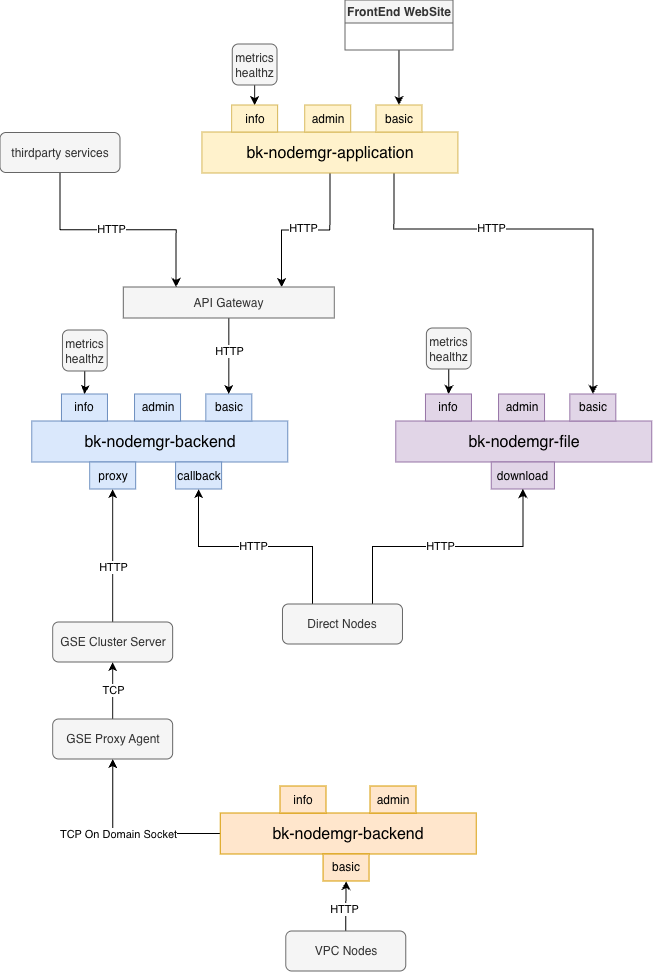
This is docs/img/services.png from TencentBlueKing/bk-nodemgr, a draw.io export, as it was before one commit. Source tidied: cells renumbered, new cells last; positions are measured from the earlier drawing's top-left corner, leaving out a move shared by most shapes. Its diagram source:
```xml
<mxGraphModel>
  <root>
    <mxCell id="0" />
    <mxCell id="1" parent="0" />
    <mxCell id="2" style="edgeStyle=orthogonalEdgeStyle;rounded=0;jettySize=auto;html=1;exitX=0.5;exitY=1;exitDx=0;exitDy=0;entryX=0.75;entryY=0;entryDx=0;entryDy=0;" parent="1" edge="1" source="6" target="27">
      <mxGeometry relative="1" as="geometry" />
    </mxCell>
    <mxCell id="3" value="HTTP" style="edgeLabel;html=1;align=center;verticalAlign=middle;" parent="2" vertex="1">
      <mxGeometry x="0.04" y="-2" relative="1" as="geometry" />
    </mxCell>
    <mxCell id="4" style="edgeStyle=orthogonalEdgeStyle;rounded=0;jettySize=auto;html=1;exitX=0.75;exitY=1;exitDx=0;exitDy=0;" parent="1" edge="1" source="6" target="23">
      <mxGeometry relative="1" as="geometry">
        <Array as="points">
          <mxPoint x="394" y="229" />
          <mxPoint x="593" y="229" />
        </Array>
      </mxGeometry>
    </mxCell>
    <mxCell id="5" value="HTTP" style="edgeLabel;html=1;align=center;verticalAlign=middle;" parent="4" vertex="1">
      <mxGeometry x="-0.27" y="1" relative="1" as="geometry" />
    </mxCell>
    <mxCell id="6" value="bk-nodemgr-application" style="rounded=0;whiteSpace=wrap;html=1;fillColor=#fff2cc;strokeColor=#d6b656;fontSize=16;" parent="1" vertex="1">
      <mxGeometry x="201.9" y="132" width="256" height="41" as="geometry" />
    </mxCell>
    <mxCell id="7" style="edgeStyle=orthogonalEdgeStyle;rounded=0;jettySize=auto;html=1;exitX=0.5;exitY=1;exitDx=0;exitDy=0;" parent="1" edge="1" source="8" target="13">
      <mxGeometry relative="1" as="geometry" />
    </mxCell>
    <mxCell id="8" value="FrontEnd WebSite" style="swimlane;whiteSpace=wrap;html=1;fillColor=#f5f5f5;fontColor=#333333;strokeColor=#666666;" parent="1" vertex="1">
      <mxGeometry x="345" width="108" height="50" as="geometry" />
    </mxCell>
    <mxCell id="9" style="edgeStyle=orthogonalEdgeStyle;rounded=0;jettySize=auto;html=1;exitX=0.5;exitY=1;exitDx=0;exitDy=0;entryX=0.5;entryY=0;entryDx=0;entryDy=0;" parent="1" edge="1" source="10" target="11">
      <mxGeometry relative="1" as="geometry" />
    </mxCell>
    <mxCell id="10" value="metrics&lt;div&gt;healthz&lt;/div&gt;" style="rounded=1;whiteSpace=wrap;html=1;fillColor=#f5f5f5;fontColor=#333333;strokeColor=#666666;" parent="1" vertex="1">
      <mxGeometry x="232.3" y="44" width="44.8" height="41" as="geometry" />
    </mxCell>
    <mxCell id="11" value="info" style="rounded=0;whiteSpace=wrap;html=1;fillColor=#fff2cc;strokeColor=#d6b656;" parent="1" vertex="1">
      <mxGeometry x="231.6" y="105" width="46" height="27" as="geometry" />
    </mxCell>
    <mxCell id="12" value="admin" style="rounded=0;whiteSpace=wrap;html=1;fillColor=#fff2cc;strokeColor=#d6b656;" parent="1" vertex="1">
      <mxGeometry x="304.7" y="105" width="46" height="27" as="geometry" />
    </mxCell>
    <mxCell id="13" value="basic" style="rounded=0;whiteSpace=wrap;html=1;fillColor=#fff2cc;strokeColor=#d6b656;" parent="1" vertex="1">
      <mxGeometry x="376" y="105" width="46" height="27" as="geometry" />
    </mxCell>
    <mxCell id="14" value="bk-nodemgr-backend" style="rounded=0;whiteSpace=wrap;html=1;fillColor=#dae8fc;strokeColor=#6c8ebf;fontSize=16;" parent="1" vertex="1">
      <mxGeometry x="31.8" y="421" width="256" height="41" as="geometry" />
    </mxCell>
    <mxCell id="15" value="info" style="rounded=0;whiteSpace=wrap;html=1;fillColor=#dae8fc;strokeColor=#6c8ebf;" parent="1" vertex="1">
      <mxGeometry x="61.5" y="394" width="46" height="27" as="geometry" />
    </mxCell>
    <mxCell id="16" value="admin" style="rounded=0;whiteSpace=wrap;html=1;fillColor=#dae8fc;strokeColor=#6c8ebf;" parent="1" vertex="1">
      <mxGeometry x="134.5" y="394" width="46" height="27" as="geometry" />
    </mxCell>
    <mxCell id="17" value="basic" style="rounded=0;whiteSpace=wrap;html=1;fillColor=#dae8fc;strokeColor=#6c8ebf;" parent="1" vertex="1">
      <mxGeometry x="205.8" y="394" width="46" height="27" as="geometry" />
    </mxCell>
    <mxCell id="18" value="proxy" style="rounded=0;whiteSpace=wrap;html=1;fillColor=#dae8fc;strokeColor=#6c8ebf;" parent="1" vertex="1">
      <mxGeometry x="89.7" y="462" width="46" height="27" as="geometry" />
    </mxCell>
    <mxCell id="19" value="callback" style="rounded=0;whiteSpace=wrap;html=1;fillColor=#dae8fc;strokeColor=#6c8ebf;" parent="1" vertex="1">
      <mxGeometry x="175.6" y="462" width="46" height="27" as="geometry" />
    </mxCell>
    <mxCell id="20" value="bk-nodemgr-file" style="rounded=0;whiteSpace=wrap;html=1;fillColor=#e1d5e7;strokeColor=#9673a6;fontSize=16;" parent="1" vertex="1">
      <mxGeometry x="395.8" y="421" width="256" height="41" as="geometry" />
    </mxCell>
    <mxCell id="21" value="info" style="rounded=0;whiteSpace=wrap;html=1;fillColor=#e1d5e7;strokeColor=#9673a6;" parent="1" vertex="1">
      <mxGeometry x="425.5" y="394" width="46" height="27" as="geometry" />
    </mxCell>
    <mxCell id="22" value="admin" style="rounded=0;whiteSpace=wrap;html=1;fillColor=#e1d5e7;strokeColor=#9673a6;" parent="1" vertex="1">
      <mxGeometry x="498.5" y="394" width="46" height="27" as="geometry" />
    </mxCell>
    <mxCell id="23" value="basic" style="rounded=0;whiteSpace=wrap;html=1;fillColor=#e1d5e7;strokeColor=#9673a6;" parent="1" vertex="1">
      <mxGeometry x="569.8" y="394" width="46" height="27" as="geometry" />
    </mxCell>
    <mxCell id="24" value="download" style="rounded=0;whiteSpace=wrap;html=1;fillColor=#e1d5e7;strokeColor=#9673a6;" parent="1" vertex="1">
      <mxGeometry x="491.2" y="462" width="63.2" height="27" as="geometry" />
    </mxCell>
    <mxCell id="25" style="edgeStyle=orthogonalEdgeStyle;rounded=0;jettySize=auto;html=1;exitX=0.5;exitY=1;exitDx=0;exitDy=0;" parent="1" edge="1" source="27" target="17">
      <mxGeometry relative="1" as="geometry" />
    </mxCell>
    <mxCell id="26" value="HTTP" style="edgeLabel;html=1;align=center;verticalAlign=middle;" parent="25" vertex="1">
      <mxGeometry x="-0.15" relative="1" as="geometry" />
    </mxCell>
    <mxCell id="27" value="API Gateway" style="rounded=0;whiteSpace=wrap;html=1;fillColor=#f5f5f5;fontColor=#333333;strokeColor=#666666;" parent="1" vertex="1">
      <mxGeometry x="123.3" y="287" width="211" height="31" as="geometry" />
    </mxCell>
    <mxCell id="28" style="edgeStyle=orthogonalEdgeStyle;rounded=0;jettySize=auto;html=1;exitX=0.5;exitY=1;exitDx=0;exitDy=0;" parent="1" edge="1" source="29" target="15">
      <mxGeometry relative="1" as="geometry" />
    </mxCell>
    <mxCell id="29" value="metrics&lt;div&gt;healthz&lt;/div&gt;" style="rounded=1;whiteSpace=wrap;html=1;fillColor=#f5f5f5;fontColor=#333333;strokeColor=#666666;" parent="1" vertex="1">
      <mxGeometry x="62.5" y="330" width="44.8" height="41" as="geometry" />
    </mxCell>
    <mxCell id="30" style="edgeStyle=orthogonalEdgeStyle;rounded=0;jettySize=auto;html=1;exitX=0.5;exitY=1;exitDx=0;exitDy=0;entryX=0.25;entryY=0;entryDx=0;entryDy=0;" parent="1" edge="1" source="32" target="27">
      <mxGeometry relative="1" as="geometry" />
    </mxCell>
    <mxCell id="31" value="HTTP" style="edgeLabel;html=1;align=center;verticalAlign=middle;" parent="30" vertex="1">
      <mxGeometry x="-0.06" y="1" relative="1" as="geometry" />
    </mxCell>
    <mxCell id="32" value="thirdparty services" style="rounded=1;whiteSpace=wrap;html=1;fillColor=#f5f5f5;fontColor=#333333;strokeColor=#666666;" parent="1" vertex="1">
      <mxGeometry y="132.5" width="120" height="40" as="geometry" />
    </mxCell>
    <mxCell id="33" style="edgeStyle=orthogonalEdgeStyle;rounded=0;jettySize=auto;html=1;exitX=0.5;exitY=1;exitDx=0;exitDy=0;" parent="1" edge="1" source="34" target="21">
      <mxGeometry relative="1" as="geometry" />
    </mxCell>
    <mxCell id="34" value="metrics&lt;div&gt;healthz&lt;/div&gt;" style="rounded=1;whiteSpace=wrap;html=1;fillColor=#f5f5f5;fontColor=#333333;strokeColor=#666666;" parent="1" vertex="1">
      <mxGeometry x="426.4" y="328" width="44.8" height="41" as="geometry" />
    </mxCell>
    <mxCell id="35" style="edgeStyle=orthogonalEdgeStyle;rounded=0;jettySize=auto;html=1;exitX=0.25;exitY=0;exitDx=0;exitDy=0;entryX=0.5;entryY=1;entryDx=0;entryDy=0;" parent="1" edge="1" source="39" target="19">
      <mxGeometry relative="1" as="geometry" />
    </mxCell>
    <mxCell id="36" value="HTTP" style="edgeLabel;html=1;align=center;verticalAlign=middle;" parent="35" vertex="1">
      <mxGeometry x="0.03" y="-1" relative="1" as="geometry" />
    </mxCell>
    <mxCell id="37" style="edgeStyle=orthogonalEdgeStyle;rounded=0;jettySize=auto;html=1;exitX=0.75;exitY=0;exitDx=0;exitDy=0;" parent="1" edge="1" source="39" target="24">
      <mxGeometry relative="1" as="geometry" />
    </mxCell>
    <mxCell id="38" value="HTTP" style="edgeLabel;html=1;align=center;verticalAlign=middle;" parent="37" vertex="1">
      <mxGeometry x="-0.06" y="1" relative="1" as="geometry" />
    </mxCell>
    <mxCell id="39" value="Direct Nodes" style="rounded=1;whiteSpace=wrap;html=1;fillColor=#f5f5f5;fontColor=#333333;strokeColor=#666666;" parent="1" vertex="1">
      <mxGeometry x="282.5" y="604" width="120" height="40" as="geometry" />
    </mxCell>
    <mxCell id="40" style="edgeStyle=orthogonalEdgeStyle;rounded=0;jettySize=auto;html=1;exitX=0.5;exitY=0;exitDx=0;exitDy=0;" parent="1" edge="1" source="42" target="48">
      <mxGeometry relative="1" as="geometry" />
    </mxCell>
    <mxCell id="41" value="HTTP" style="edgeLabel;html=1;align=center;verticalAlign=middle;" parent="40" vertex="1">
      <mxGeometry x="-0.12" y="2" relative="1" as="geometry" />
    </mxCell>
    <mxCell id="42" value="VPC Nodes" style="rounded=1;whiteSpace=wrap;html=1;fillColor=#f5f5f5;fontColor=#333333;strokeColor=#666666;" parent="1" vertex="1">
      <mxGeometry x="285.8" y="931" width="120" height="40" as="geometry" />
    </mxCell>
    <mxCell id="43" style="edgeStyle=orthogonalEdgeStyle;rounded=0;jettySize=auto;html=1;exitX=0;exitY=0.5;exitDx=0;exitDy=0;" parent="1" edge="1" source="45" target="54">
      <mxGeometry relative="1" as="geometry" />
    </mxCell>
    <mxCell id="44" value="TCP On Domain Socket" style="edgeLabel;html=1;align=center;verticalAlign=middle;" parent="43" vertex="1">
      <mxGeometry x="-0.04" relative="1" as="geometry">
        <mxPoint x="-15" as="offset" />
      </mxGeometry>
    </mxCell>
    <mxCell id="45" value="bk-nodemgr-backend" style="rounded=0;whiteSpace=wrap;html=1;fillColor=#ffe6cc;strokeColor=#d79b00;fontSize=16;" parent="1" vertex="1">
      <mxGeometry x="220.3" y="813" width="256" height="41" as="geometry" />
    </mxCell>
    <mxCell id="46" value="info" style="rounded=0;whiteSpace=wrap;html=1;fillColor=#ffe6cc;strokeColor=#d79b00;" parent="1" vertex="1">
      <mxGeometry x="280" y="786" width="46" height="27" as="geometry" />
    </mxCell>
    <mxCell id="47" value="admin" style="rounded=0;whiteSpace=wrap;html=1;fillColor=#ffe6cc;strokeColor=#d79b00;" parent="1" vertex="1">
      <mxGeometry x="370" y="786" width="46" height="27" as="geometry" />
    </mxCell>
    <mxCell id="48" value="basic" style="rounded=0;whiteSpace=wrap;html=1;fillColor=#ffe6cc;strokeColor=#d79b00;" parent="1" vertex="1">
      <mxGeometry x="323" y="854" width="46" height="27" as="geometry" />
    </mxCell>
    <mxCell id="49" style="edgeStyle=orthogonalEdgeStyle;rounded=0;jettySize=auto;html=1;exitX=0.5;exitY=0;exitDx=0;exitDy=0;" parent="1" edge="1" source="51" target="18">
      <mxGeometry relative="1" as="geometry" />
    </mxCell>
    <mxCell id="50" value="HTTP" style="edgeLabel;html=1;align=center;verticalAlign=middle;" parent="49" vertex="1">
      <mxGeometry x="-0.16" relative="1" as="geometry" />
    </mxCell>
    <mxCell id="51" value="GSE Cluster Server" style="rounded=1;whiteSpace=wrap;html=1;fillColor=#f5f5f5;fontColor=#333333;strokeColor=#666666;" parent="1" vertex="1">
      <mxGeometry x="52.7" y="622" width="120" height="40" as="geometry" />
    </mxCell>
    <mxCell id="52" style="edgeStyle=orthogonalEdgeStyle;rounded=0;jettySize=auto;html=1;exitX=0.5;exitY=0;exitDx=0;exitDy=0;" parent="1" edge="1" source="54" target="51">
      <mxGeometry relative="1" as="geometry" />
    </mxCell>
    <mxCell id="53" value="TCP" style="edgeLabel;html=1;align=center;verticalAlign=middle;" parent="52" vertex="1">
      <mxGeometry x="0.03" relative="1" as="geometry" />
    </mxCell>
    <mxCell id="54" value="GSE Proxy Agent" style="rounded=1;whiteSpace=wrap;html=1;fillColor=#f5f5f5;fontColor=#333333;strokeColor=#666666;" parent="1" vertex="1">
      <mxGeometry x="52.7" y="719" width="120" height="40" as="geometry" />
    </mxCell>
  </root>
</mxGraphModel>
```
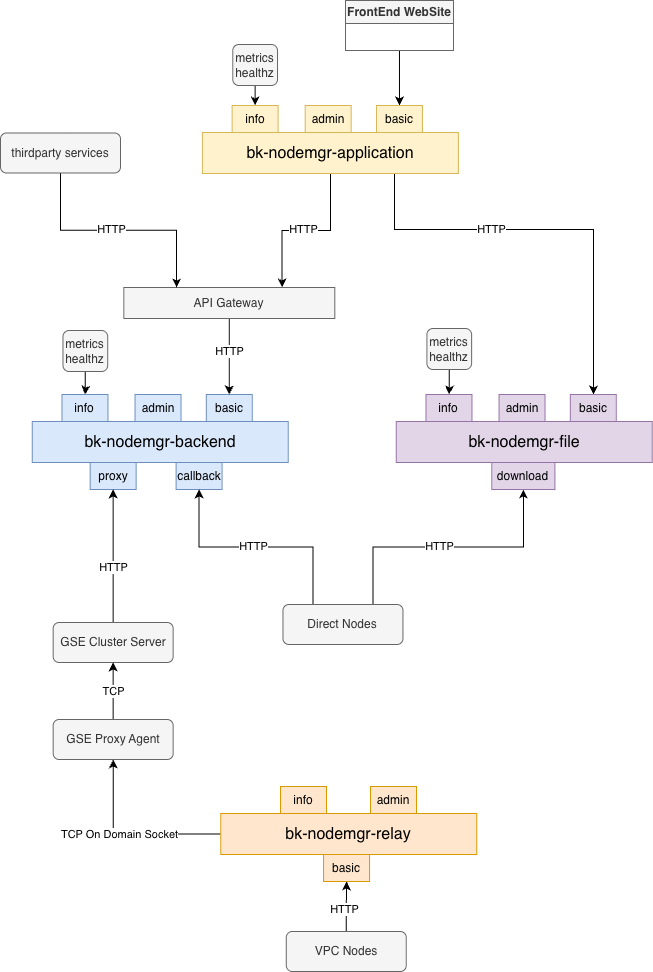
The same file after the commit.

Diff of the diagram source:
```diff
@@ -138,7 +138,7 @@
         <mxPoint x="-15" as="offset" />
       </mxGeometry>
     </mxCell>
-    <mxCell id="45" value="bk-nodemgr-backend" style="rounded=0;whiteSpace=wrap;html=1;fillColor=#ffe6cc;strokeColor=#d79b00;fontSize=16;" parent="1" vertex="1">
+    <mxCell id="45" value="bk-nodemgr-relay" style="rounded=0;whiteSpace=wrap;html=1;fillColor=#ffe6cc;strokeColor=#d79b00;fontSize=16;" parent="1" vertex="1">
       <mxGeometry x="220.3" y="813" width="256" height="41" as="geometry" />
     </mxCell>
     <mxCell id="46" value="info" style="rounded=0;whiteSpace=wrap;html=1;fillColor=#ffe6cc;strokeColor=#d79b00;" parent="1" vertex="1">
```
